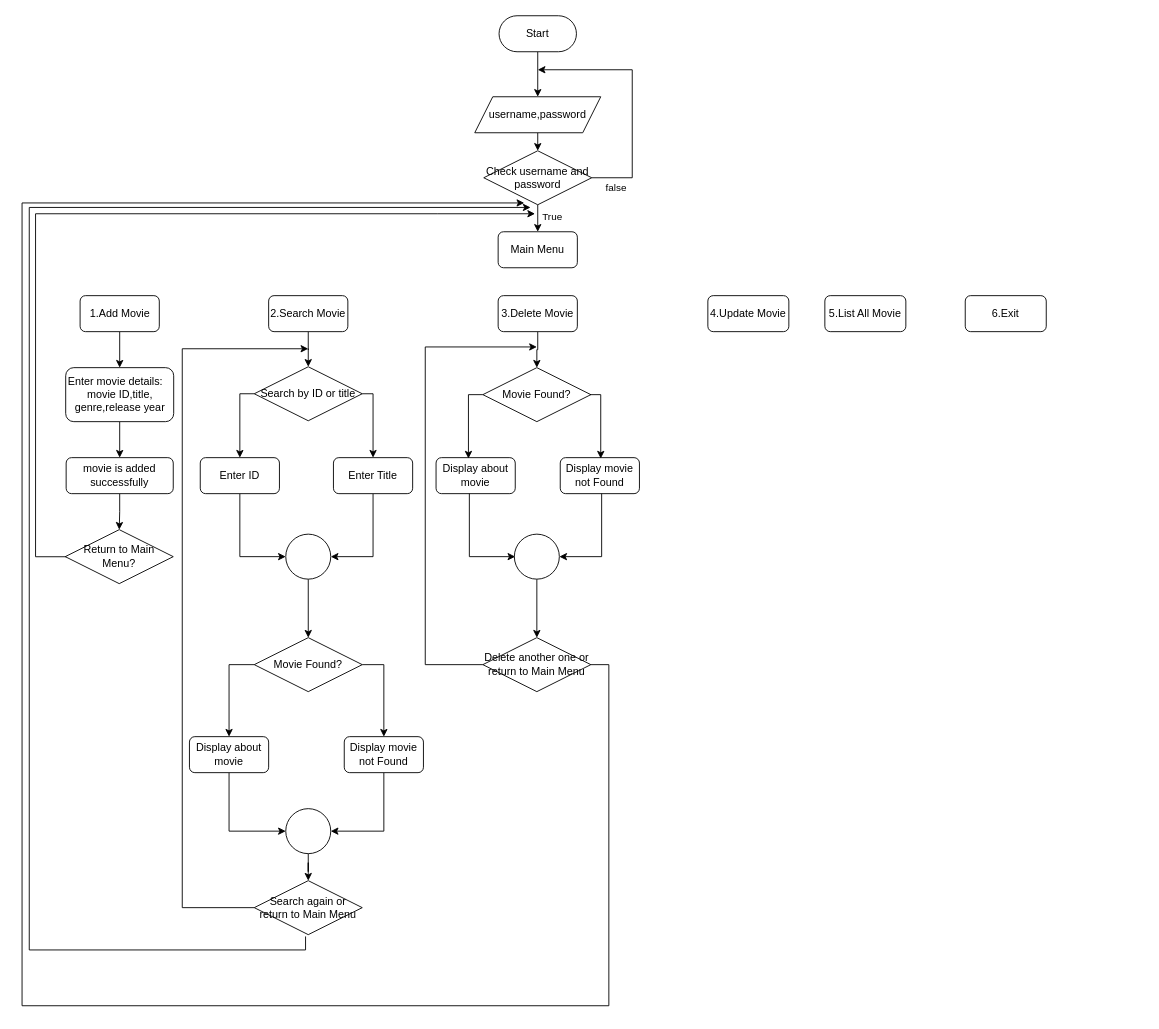
Shikilion/Assignment keeps this draw.io diagram as Untitled Diagram.drawio. Above is the earlier version. Source tidied: cells renumbered, new cells numbered last; positions are measured from the earlier drawing's top-left corner, leaving out a move shared by most shapes. Both pictures are drawn from the tidied source at 90%, with x=0, y=0 at pixel (22, 15).
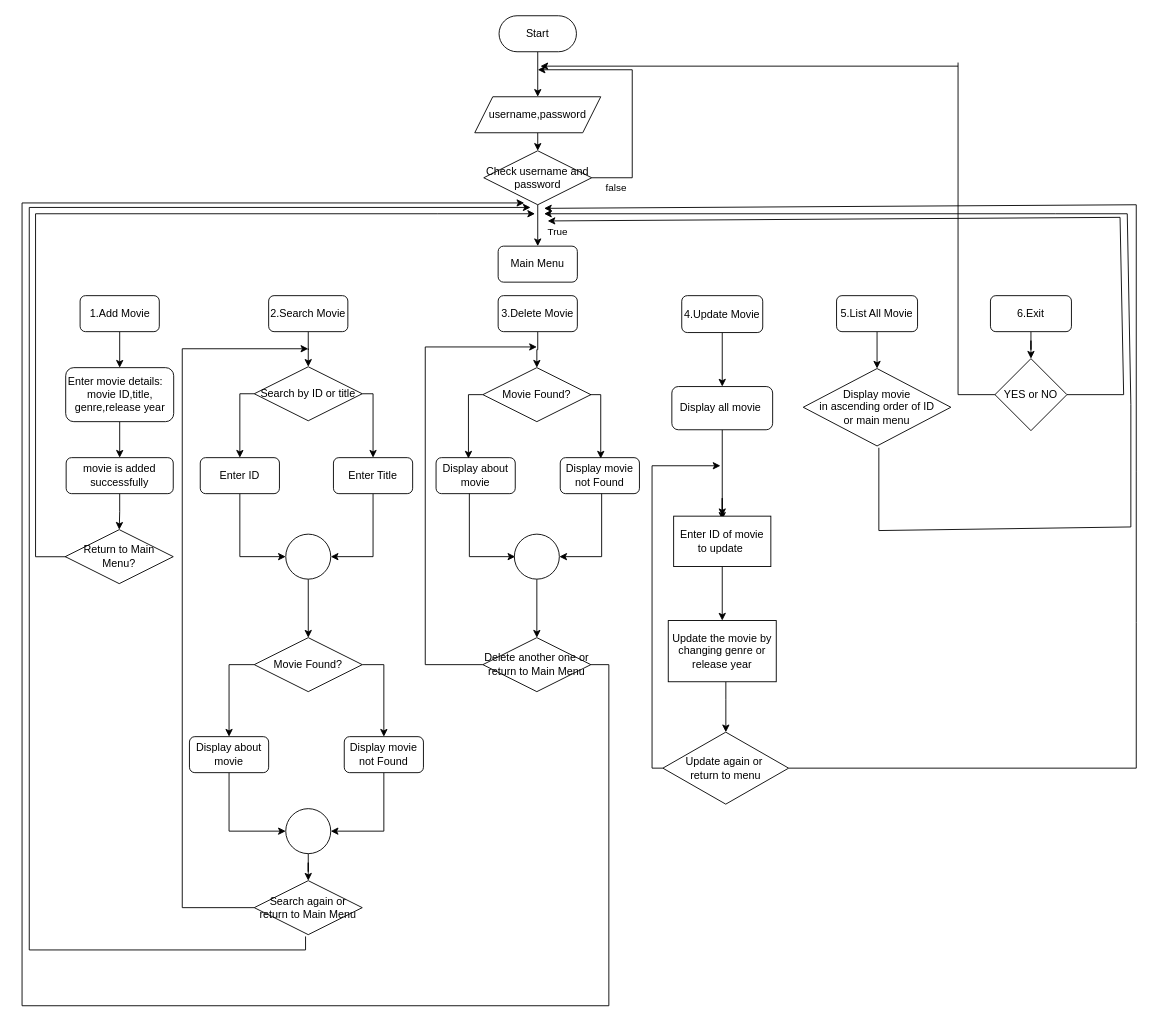
The same diagram, later.

The change refers to these unchanged cells:
```xml
<mxCell id="50" style="edgeStyle=orthogonalEdgeStyle;rounded=0;jettySize=auto;html=1;exitX=0.5;exitY=1;exitDx=0;exitDy=0;entryX=0.5;entryY=0;entryDx=0;entryDy=0;" parent="1" edge="1" source="54" target="55">
  <mxGeometry relative="1" as="geometry" />
</mxCell>
```

What changed in the source:
```diff
@@
+    <mxCell id="60" style="edgeStyle=orthogonalEdgeStyle;rounded=0;jettySize=auto;html=1;" parent="1" edge="1" source="12" target="67">
+      <mxGeometry relative="1" as="geometry" />
+    </mxCell>
     <mxCell id="12" value="4.Update Movie" style="rounded=1;whiteSpace=wrap;html=1;" parent="1" vertex="1">
-      <mxGeometry x="762" y="311" width="90" height="40" as="geometry" />
+      <mxGeometry x="733" y="311" width="90" height="41" as="geometry" />
     </mxCell>
+    <mxCell id="61" style="edgeStyle=orthogonalEdgeStyle;rounded=0;jettySize=auto;html=1;" parent="1" edge="1" source="13" target="74">
+      <mxGeometry relative="1" as="geometry" />
+    </mxCell>
     <mxCell id="13" value="5.List All Movie" style="rounded=1;whiteSpace=wrap;html=1;" parent="1" vertex="1">
-      <mxGeometry x="892" y="311" width="90" height="40" as="geometry" />
+      <mxGeometry x="905" y="311" width="90" height="40" as="geometry" />
     </mxCell>
+    <mxCell id="62" style="edgeStyle=orthogonalEdgeStyle;rounded=0;jettySize=auto;html=1;" parent="1" edge="1" source="14" target="77">
+      <mxGeometry relative="1" as="geometry" />
+    </mxCell>
     <mxCell id="14" value="6.Exit" style="rounded=1;whiteSpace=wrap;html=1;" parent="1" vertex="1">
-      <mxGeometry x="1048" y="311" width="90" height="40" as="geometry" />
+      <mxGeometry x="1076" y="311" width="90" height="40" as="geometry" />
     </mxCell>
@@
     <mxCell id="51" value="True" style="edgeLabel;html=1;align=center;verticalAlign=middle;" parent="50" vertex="1">
       <mxGeometry x="-0.18" y="1" relative="1" as="geometry">
-        <mxPoint x="14" as="offset" />
+        <mxPoint x="20" y="10" as="offset" />
       </mxGeometry>
     </mxCell>
@@
     <mxCell id="55" value="Main Menu" style="rounded=1;whiteSpace=wrap;html=1;" parent="1" vertex="1">
-      <mxGeometry x="529" y="240" width="88" height="40" as="geometry" />
+      <mxGeometry x="529" y="256" width="88" height="40" as="geometry" />
     </mxCell>
@@
+    <mxCell id="63" style="edgeStyle=orthogonalEdgeStyle;rounded=0;jettySize=auto;html=1;" parent="1" edge="1" source="64" target="65">
+      <mxGeometry relative="1" as="geometry">
+        <Array as="points">
+          <mxPoint x="782" y="760" />
+          <mxPoint x="782" y="760" />
+        </Array>
+      </mxGeometry>
+    </mxCell>
+    <mxCell id="64" value="Update the movie by&lt;div&gt;changing genre or&lt;/div&gt;&lt;div&gt;release year&lt;/div&gt;" style="rounded=0;whiteSpace=wrap;html=1;" parent="1" vertex="1">
+      <mxGeometry x="718" y="672" width="120" height="68" as="geometry" />
+    </mxCell>
+    <mxCell id="65" value="Update again or&amp;nbsp;&lt;div&gt;return to menu&lt;/div&gt;" style="rhombus;whiteSpace=wrap;html=1;" parent="1" vertex="1">
+      <mxGeometry x="712" y="796" width="139.8" height="80" as="geometry" />
+    </mxCell>
+    <mxCell id="66" style="edgeStyle=orthogonalEdgeStyle;rounded=0;jettySize=auto;html=1;entryX=0.5;entryY=0;entryDx=0;entryDy=0;" parent="1" edge="1" source="67" target="70">
+      <mxGeometry relative="1" as="geometry" />
+    </mxCell>
+    <mxCell id="67" value="Display all movie&amp;nbsp;" style="rounded=1;whiteSpace=wrap;html=1;" parent="1" vertex="1">
+      <mxGeometry x="722" y="412" width="112" height="48" as="geometry" />
+    </mxCell>
+    <mxCell id="68" style="edgeStyle=orthogonalEdgeStyle;rounded=0;jettySize=auto;html=1;" parent="1" edge="1" source="70">
+      <mxGeometry relative="1" as="geometry">
+        <mxPoint x="778" y="560" as="targetPoint" />
+      </mxGeometry>
+    </mxCell>
+    <mxCell id="69" style="edgeStyle=orthogonalEdgeStyle;rounded=0;jettySize=auto;html=1;" parent="1" edge="1" source="70" target="64">
+      <mxGeometry relative="1" as="geometry" />
+    </mxCell>
+    <mxCell id="70" value="Enter ID of movie to update&amp;nbsp;" style="rounded=0;whiteSpace=wrap;html=1;" parent="1" vertex="1">
+      <mxGeometry x="724" y="556" width="108" height="56" as="geometry" />
+    </mxCell>
+    <mxCell id="71" style="endArrow=classic;html=1;rounded=0;" parent="1" edge="1">
+      <mxGeometry relative="1" as="geometry">
+        <mxPoint x="700" y="500" as="sourcePoint" />
+        <mxPoint x="776" y="500" as="targetPoint" />
+      </mxGeometry>
+    </mxCell>
+    <mxCell id="72" style="endArrow=none;html=1;rounded=0;exitX=0;exitY=0.5;exitDx=0;exitDy=0;" parent="1" edge="1" source="65">
+      <mxGeometry relative="1" as="geometry">
+        <mxPoint x="700" y="500" as="targetPoint" />
+        <Array as="points">
+          <mxPoint x="700" y="836" />
+        </Array>
+      </mxGeometry>
+    </mxCell>
+    <mxCell id="73" style="endArrow=classic;html=1;rounded=0;" parent="1" edge="1">
+      <mxGeometry relative="1" as="geometry">
+        <mxPoint x="852" y="836" as="sourcePoint" />
+        <mxPoint x="580" y="214" as="targetPoint" />
+        <Array as="points">
+          <mxPoint x="1238" y="836" />
+          <mxPoint x="1238" y="674" />
+          <mxPoint x="1238" y="506" />
+          <mxPoint x="1238" y="210" />
+        </Array>
+      </mxGeometry>
+    </mxCell>
+    <mxCell id="74" value="Display movie&lt;div&gt;in ascending order of ID&lt;/div&gt;&lt;div&gt;or main menu&lt;/div&gt;" style="rhombus;whiteSpace=wrap;html=1;" parent="1" vertex="1">
+      <mxGeometry x="868" y="392" width="164" height="86" as="geometry" />
+    </mxCell>
+    <mxCell id="75" style="endArrow=none;html=1;rounded=0;" parent="1" edge="1">
+      <mxGeometry relative="1" as="geometry">
+        <mxPoint x="952" y="480" as="sourcePoint" />
+        <mxPoint x="1148" y="220" as="targetPoint" />
+        <Array as="points">
+          <mxPoint x="952" y="572" />
+          <mxPoint x="1232" y="568" />
+          <mxPoint x="1232" y="432" />
+          <mxPoint x="1228" y="220" />
+        </Array>
+      </mxGeometry>
+    </mxCell>
+    <mxCell id="76" style="endArrow=classic;html=1;rounded=0;" parent="1" edge="1">
+      <mxGeometry relative="1" as="geometry">
+        <mxPoint x="1148" y="220" as="sourcePoint" />
+        <mxPoint x="580" y="220" as="targetPoint" />
+      </mxGeometry>
+    </mxCell>
+    <mxCell id="77" value="YES or NO" style="rhombus;whiteSpace=wrap;html=1;" parent="1" vertex="1">
+      <mxGeometry x="1081" y="381" width="80" height="80" as="geometry" />
+    </mxCell>
+    <mxCell id="78" style="endArrow=none;html=1;rounded=0;exitX=1;exitY=0.5;exitDx=0;exitDy=0;" parent="1" edge="1" source="77">
+      <mxGeometry relative="1" as="geometry">
+        <mxPoint x="1220" y="224" as="targetPoint" />
+        <Array as="points">
+          <mxPoint x="1224" y="421" />
+        </Array>
+      </mxGeometry>
+    </mxCell>
+    <mxCell id="79" style="endArrow=classic;html=1;rounded=0;" parent="1" edge="1">
+      <mxGeometry relative="1" as="geometry">
+        <mxPoint x="1220" y="224" as="sourcePoint" />
+        <mxPoint x="584" y="228" as="targetPoint" />
+      </mxGeometry>
+    </mxCell>
+    <mxCell id="80" style="endArrow=none;html=1;rounded=0;entryX=0;entryY=0.5;entryDx=0;entryDy=0;" parent="1" edge="1" target="77">
+      <mxGeometry relative="1" as="geometry">
+        <mxPoint x="1040" y="52" as="sourcePoint" />
+        <Array as="points">
+          <mxPoint x="1040" y="421" />
+        </Array>
+      </mxGeometry>
+    </mxCell>
+    <mxCell id="81" style="endArrow=classic;html=1;rounded=0;" parent="1" edge="1">
+      <mxGeometry relative="1" as="geometry">
+        <mxPoint x="1040" y="56" as="sourcePoint" />
+        <mxPoint x="576" y="56" as="targetPoint" />
+      </mxGeometry>
+    </mxCell>
```
